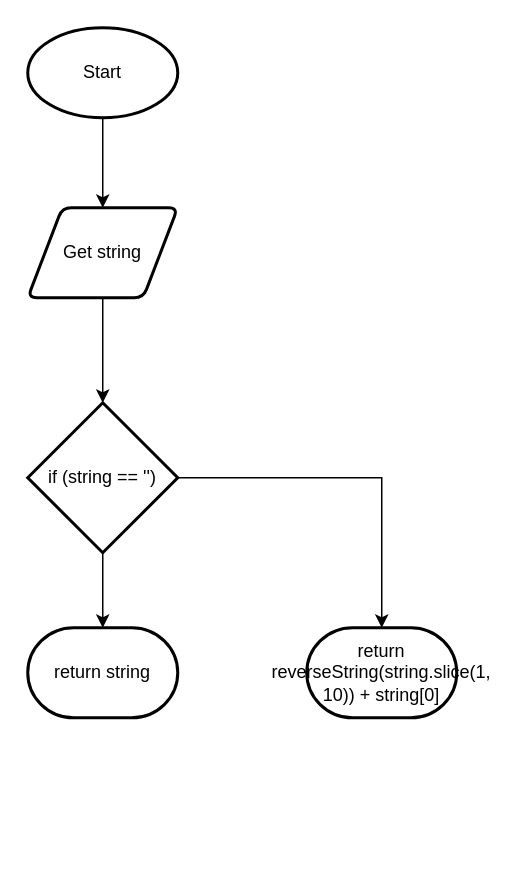
Before: design/string.drawio in Huzaifa-Khalid-2/ics4u-unit3-01-typescript, a draw.io diagram. Source tidied: cells renumbered, new cells numbered last; positions are measured from the earlier drawing's top-left corner, leaving out a move shared by most shapes. Both pictures are drawn from the tidied source at 150%, with x=0, y=0 at pixel (27, 27).
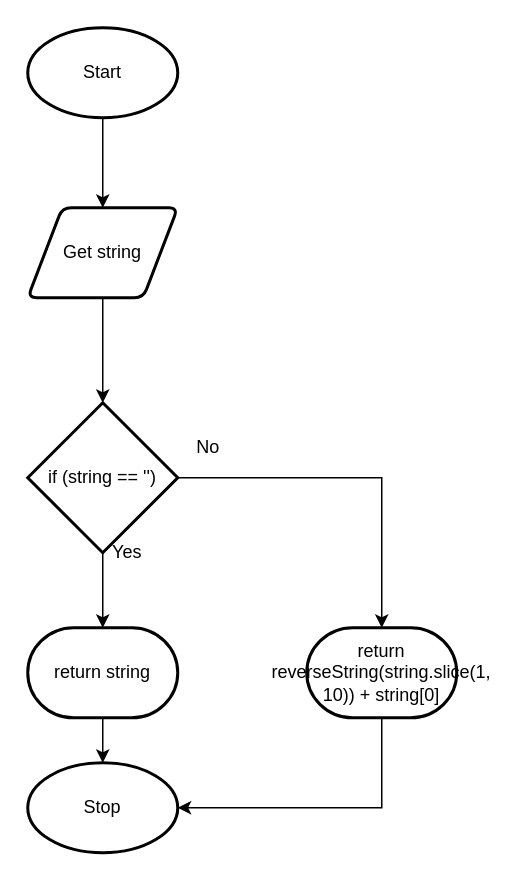
After the change.

The edit, as a diff of the source:
```diff
@@
 <mxGraphModel>
   <root>
     <mxCell id="0" />
     <mxCell id="1" parent="0" />
     <mxCell id="2" style="edgeStyle=orthogonalEdgeStyle;rounded=0;html=1;entryX=0.5;entryY=0;entryDx=0;entryDy=0;" parent="1" edge="1" source="3" target="5">
       <mxGeometry relative="1" as="geometry" />
     </mxCell>
     <mxCell id="3" value="Start" style="strokeWidth=2;html=1;shape=mxgraph.flowchart.start_1;whiteSpace=wrap;" parent="1" vertex="1">
       <mxGeometry width="100" height="60" as="geometry" />
     </mxCell>
     <mxCell id="4" style="edgeStyle=orthogonalEdgeStyle;rounded=0;html=1;" parent="1" edge="1" source="5" target="8">
       <mxGeometry relative="1" as="geometry" />
     </mxCell>
     <mxCell id="5" value="Get string" style="shape=parallelogram;html=1;strokeWidth=2;perimeter=parallelogramPerimeter;whiteSpace=wrap;rounded=1;arcSize=12;size=0.23;" parent="1" vertex="1">
       <mxGeometry y="120" width="100" height="60" as="geometry" />
     </mxCell>
     <mxCell id="6" style="edgeStyle=orthogonalEdgeStyle;html=1;exitX=0.5;exitY=1;exitDx=0;exitDy=0;exitPerimeter=0;entryX=0.5;entryY=0;entryDx=0;entryDy=0;entryPerimeter=0;rounded=0;" parent="1" edge="1" source="8" target="9">
       <mxGeometry relative="1" as="geometry" />
     </mxCell>
     <mxCell id="7" style="edgeStyle=orthogonalEdgeStyle;rounded=0;html=1;entryX=0.5;entryY=0;entryDx=0;entryDy=0;entryPerimeter=0;" parent="1" edge="1" source="8" target="10">
       <mxGeometry relative="1" as="geometry" />
     </mxCell>
     <mxCell id="8" value="if (string == '')" style="strokeWidth=2;html=1;shape=mxgraph.flowchart.decision;whiteSpace=wrap;" parent="1" vertex="1">
       <mxGeometry y="250" width="100" height="100" as="geometry" />
     </mxCell>
+    <mxCell id="11" style="edgeStyle=none;html=1;entryX=0.5;entryY=0;entryDx=0;entryDy=0;entryPerimeter=0;" parent="1" edge="1" source="9" target="13">
+      <mxGeometry relative="1" as="geometry" />
+    </mxCell>
     <mxCell id="9" value="return string" style="strokeWidth=2;html=1;shape=mxgraph.flowchart.terminator;whiteSpace=wrap;" parent="1" vertex="1">
       <mxGeometry y="400" width="100" height="60" as="geometry" />
     </mxCell>
+    <mxCell id="12" style="edgeStyle=elbowEdgeStyle;html=1;entryX=1;entryY=0.5;entryDx=0;entryDy=0;entryPerimeter=0;exitX=0.5;exitY=1;exitDx=0;exitDy=0;exitPerimeter=0;rounded=0;" parent="1" edge="1" source="10" target="13">
+      <mxGeometry relative="1" as="geometry">
+        <Array as="points">
+          <mxPoint x="236" y="500" />
+        </Array>
+      </mxGeometry>
+    </mxCell>
     <mxCell id="10" value="return reverseString(string.slice(1, 10)) + string[0]" style="strokeWidth=2;html=1;shape=mxgraph.flowchart.terminator;whiteSpace=wrap;" parent="1" vertex="1">
       <mxGeometry x="186" y="400" width="100" height="60" as="geometry" />
     </mxCell>
+    <mxCell id="13" value="Stop" style="strokeWidth=2;html=1;shape=mxgraph.flowchart.start_1;whiteSpace=wrap;" parent="1" vertex="1">
+      <mxGeometry y="490" width="100" height="60" as="geometry" />
+    </mxCell>
+    <mxCell id="14" value="Yes" style="text;html=1;align=center;verticalAlign=middle;strokeColor=none;fillColor=none;" parent="1" vertex="1">
+      <mxGeometry x="46" y="340" width="40" height="20" as="geometry" />
+    </mxCell>
+    <mxCell id="15" value="No" style="text;html=1;align=center;verticalAlign=middle;strokeColor=none;fillColor=none;" parent="1" vertex="1">
+      <mxGeometry x="105" y="270" width="30" height="20" as="geometry" />
+    </mxCell>
   </root>
 </mxGraphModel>
```
